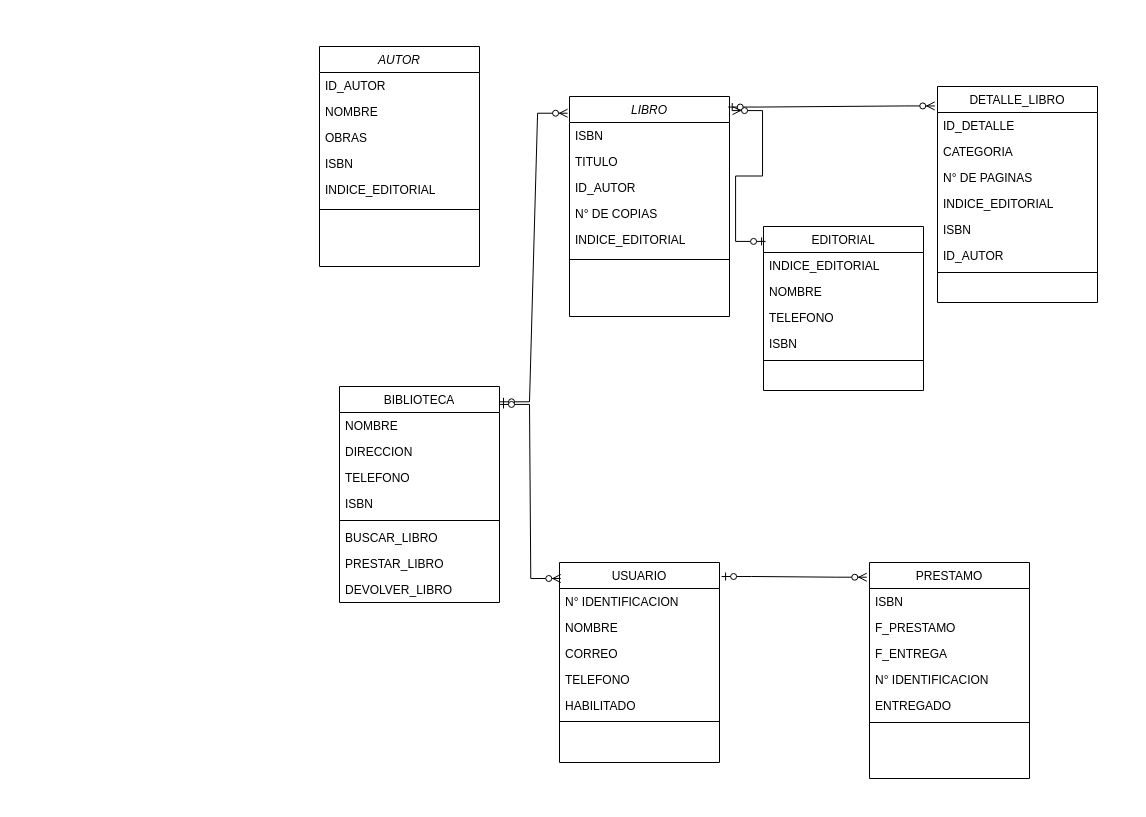
Franc-isco/Taller keeps this draw.io diagram as Biblioteca/clases/biblioteca.drawio. Above is the earlier version. Source tidied: cells renumbered, new cells numbered last; positions are measured from the earlier drawing's top-left corner, leaving out a move shared by most shapes. Both pictures are drawn from the tidied source at 100%, with x=0, y=0 at pixel (319, 46).
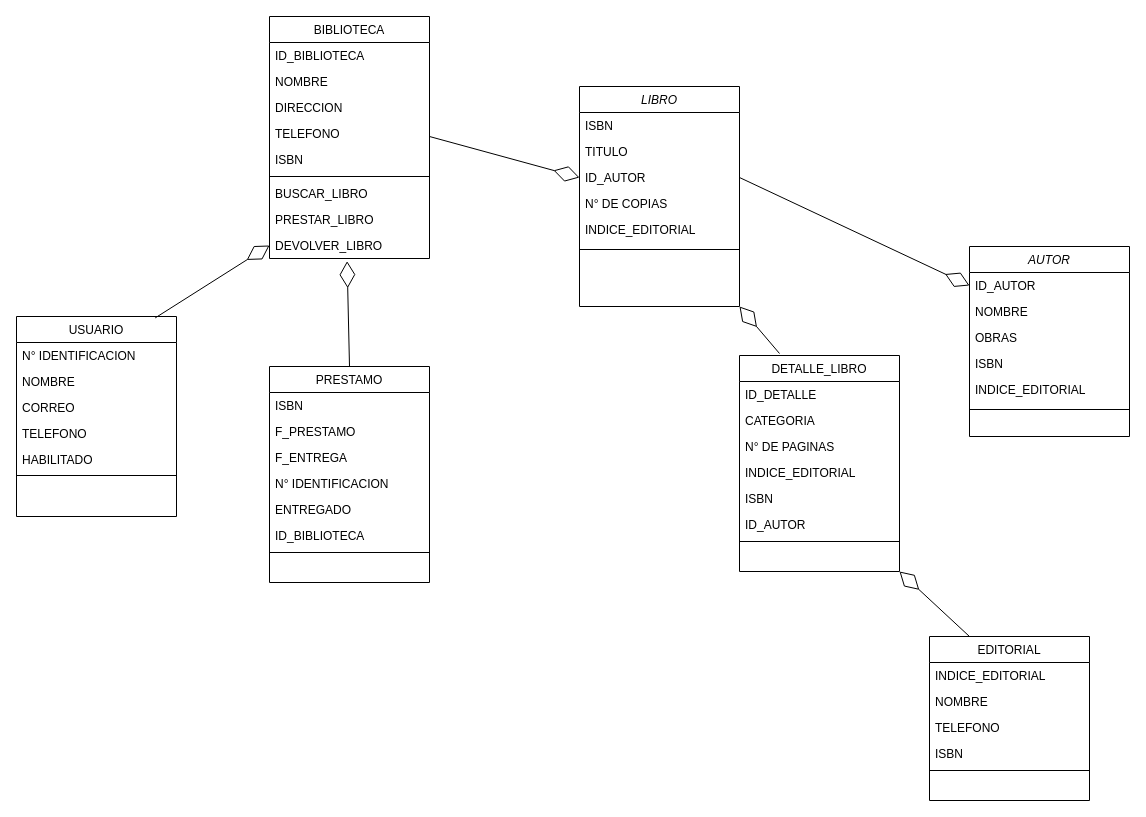
Above is the later version.

The change refers to these unchanged cells:
```xml
<mxCell id="51" value="ID_AUTOR" style="text;align=left;verticalAlign=top;spacingLeft=4;spacingRight=4;overflow=hidden;points=[[0,0.5],[1,0.5]];portConstraint=eastwest;" parent="50" vertex="1">
  <mxGeometry y="26" width="160" height="26" as="geometry" />
</mxCell>
```

The edit, as a diff of the source:
```diff
@@
-    <mxCell id="2" value="LIBRO" style="swimlane;fontStyle=2;align=center;verticalAlign=top;horizontal=1;startSize=26;rounded=0;shadow=0;strokeWidth=1;" parent="1" vertex="1">
-      <mxGeometry x="250" y="50" width="160" height="220" as="geometry" />
-    </mxCell>
-    <mxCell id="3" value="ISBN" style="text;align=left;verticalAlign=top;spacingLeft=4;spacingRight=4;overflow=hidden;" parent="2" vertex="1">
-      <mxGeometry y="26" width="160" height="26" as="geometry" />
-    </mxCell>
-    <mxCell id="4" value="TITULO" style="text;align=left;verticalAlign=top;spacingLeft=4;spacingRight=4;overflow=hidden;rounded=0;shadow=0;html=0;" parent="2" vertex="1">
-      <mxGeometry y="52" width="160" height="26" as="geometry" />
-    </mxCell>
-    <mxCell id="5" value="ID_AUTOR" style="text;align=left;verticalAlign=top;spacingLeft=4;spacingRight=4;overflow=hidden;points=[[0,0.5],[1,0.5]];portConstraint=eastwest;rounded=0;shadow=0;html=0;" parent="2" vertex="1">
-      <mxGeometry y="78" width="160" height="26" as="geometry" />
-    </mxCell>
-    <mxCell id="6" value="N° DE COPIAS" style="text;align=left;verticalAlign=top;spacingLeft=4;spacingRight=4;overflow=hidden;" parent="2" vertex="1">
-      <mxGeometry y="104" width="160" height="26" as="geometry" />
-    </mxCell>
-    <mxCell id="7" value="INDICE_EDITORIAL&#10;" style="text;align=left;verticalAlign=top;spacingLeft=4;spacingRight=4;overflow=hidden;" parent="2" vertex="1">
-      <mxGeometry y="130" width="160" height="26" as="geometry" />
-    </mxCell>
-    <mxCell id="8" style="line;html=1;strokeWidth=1;align=left;verticalAlign=middle;spacingTop=-1;spacingLeft=3;spacingRight=3;labelPosition=right;" parent="2" vertex="1">
-      <mxGeometry y="156" width="160" height="14" as="geometry" />
-    </mxCell>
     <mxCell id="9" value="EDITORIAL" style="swimlane;fontStyle=0;align=center;verticalAlign=top;horizontal=1;startSize=26;rounded=0;shadow=0;strokeWidth=1;" parent="1" vertex="1">
-      <mxGeometry x="444" y="180" width="160" height="164" as="geometry" />
+      <mxGeometry x="610" y="590" width="160" height="164" as="geometry" />
     </mxCell>
@@
     <mxCell id="15" value="USUARIO" style="swimlane;fontStyle=0;align=center;verticalAlign=top;horizontal=1;startSize=26;rounded=0;shadow=0;strokeWidth=1;" parent="1" vertex="1">
-      <mxGeometry x="240" y="516" width="160" height="200" as="geometry" />
+      <mxGeometry x="-303" y="270" width="160" height="200" as="geometry" />
     </mxCell>
@@
     <mxCell id="22" value="DETALLE_LIBRO" style="swimlane;fontStyle=0;align=center;verticalAlign=top;horizontal=1;startSize=26;rounded=0;shadow=0;strokeWidth=1;" parent="1" vertex="1">
-      <mxGeometry x="618" y="40" width="160" height="216" as="geometry" />
+      <mxGeometry x="420" y="309" width="160" height="216" as="geometry" />
     </mxCell>
@@
+    <mxCell id="58" style="endArrow=diamondThin;endFill=0;endSize=24;html=1;rounded=0;entryX=1;entryY=1;entryDx=0;entryDy=0;" parent="22" edge="1" target="2">
+      <mxGeometry relative="1" as="geometry">
+        <mxPoint x="40" y="-2" as="sourcePoint" />
+      </mxGeometry>
+    </mxCell>
     <mxCell id="30" value="PRESTAMO" style="swimlane;fontStyle=0;align=center;verticalAlign=top;horizontal=1;startSize=26;rounded=0;shadow=0;strokeWidth=1;" parent="1" vertex="1">
-      <mxGeometry x="550" y="516" width="160" height="216" as="geometry" />
+      <mxGeometry x="-50" y="320" width="160" height="216" as="geometry" />
     </mxCell>
@@
+    <mxCell id="59" value="ID_BIBLIOTECA&#10;" style="text;align=left;verticalAlign=top;spacingLeft=4;spacingRight=4;overflow=hidden;rounded=0;shadow=0;html=0;" parent="30" vertex="1">
+      <mxGeometry y="156" width="160" height="26" as="geometry" />
+    </mxCell>
     <mxCell id="36" style="line;html=1;strokeWidth=1;align=left;verticalAlign=middle;spacingTop=-1;spacingLeft=3;spacingRight=3;labelPosition=right;" parent="30" vertex="1">
-      <mxGeometry y="156" width="160" height="8" as="geometry" />
+      <mxGeometry y="182" width="160" height="8" as="geometry" />
     </mxCell>
     <mxCell id="37" value="BIBLIOTECA" style="swimlane;fontStyle=0;align=center;verticalAlign=top;horizontal=1;startSize=26;rounded=0;shadow=0;strokeWidth=1;" parent="1" vertex="1">
-      <mxGeometry x="20" y="340" width="160" height="216" as="geometry" />
+      <mxGeometry x="-50" y="-30" width="160" height="242" as="geometry" />
     </mxCell>
-    <mxCell id="38" value="NOMBRE" style="text;align=left;verticalAlign=top;spacingLeft=4;spacingRight=4;overflow=hidden;" parent="37" vertex="1">
+    <mxCell id="38" value="ID_BIBLIOTECA" style="text;align=left;verticalAlign=top;spacingLeft=4;spacingRight=4;overflow=hidden;" parent="37" vertex="1">
       <mxGeometry y="26" width="160" height="26" as="geometry" />
     </mxCell>
+    <mxCell id="60" value="NOMBRE" style="text;align=left;verticalAlign=top;spacingLeft=4;spacingRight=4;overflow=hidden;" parent="37" vertex="1">
+      <mxGeometry y="52" width="160" height="26" as="geometry" />
+    </mxCell>
     <mxCell id="39" value="DIRECCION" style="text;align=left;verticalAlign=top;spacingLeft=4;spacingRight=4;overflow=hidden;rounded=0;shadow=0;html=0;" parent="37" vertex="1">
-      <mxGeometry y="52" width="160" height="26" as="geometry" />
+      <mxGeometry y="78" width="160" height="26" as="geometry" />
     </mxCell>
     <mxCell id="40" value="TELEFONO" style="text;align=left;verticalAlign=top;spacingLeft=4;spacingRight=4;overflow=hidden;rounded=0;shadow=0;html=0;" parent="37" vertex="1">
-      <mxGeometry y="78" width="160" height="26" as="geometry" />
+      <mxGeometry y="104" width="160" height="26" as="geometry" />
     </mxCell>
     <mxCell id="41" value="ISBN" style="text;align=left;verticalAlign=top;spacingLeft=4;spacingRight=4;overflow=hidden;rounded=0;shadow=0;html=0;" parent="37" vertex="1">
-      <mxGeometry y="104" width="160" height="26" as="geometry" />
+      <mxGeometry y="130" width="160" height="26" as="geometry" />
     </mxCell>
     <mxCell id="42" style="line;html=1;strokeWidth=1;align=left;verticalAlign=middle;spacingTop=-1;spacingLeft=3;spacingRight=3;labelPosition=right;" parent="37" vertex="1">
-      <mxGeometry y="130" width="160" height="8" as="geometry" />
+      <mxGeometry y="156" width="160" height="8" as="geometry" />
     </mxCell>
     <mxCell id="43" value="BUSCAR_LIBRO" style="text;align=left;verticalAlign=top;spacingLeft=4;spacingRight=4;overflow=hidden;rounded=0;shadow=0;html=0;" parent="37" vertex="1">
-      <mxGeometry y="138" width="160" height="26" as="geometry" />
+      <mxGeometry y="164" width="160" height="26" as="geometry" />
     </mxCell>
     <mxCell id="44" value="PRESTAR_LIBRO" style="text;align=left;verticalAlign=top;spacingLeft=4;spacingRight=4;overflow=hidden;rounded=0;shadow=0;html=0;" parent="37" vertex="1">
-      <mxGeometry y="164" width="160" height="26" as="geometry" />
+      <mxGeometry y="190" width="160" height="26" as="geometry" />
     </mxCell>
     <mxCell id="45" value="DEVOLVER_LIBRO" style="text;align=left;verticalAlign=top;spacingLeft=4;spacingRight=4;overflow=hidden;points=[[0,0.5],[1,0.5]];portConstraint=eastwest;rounded=0;shadow=0;html=0;" parent="37" vertex="1">
-      <mxGeometry y="190" width="160" height="26" as="geometry" />
+      <mxGeometry y="216" width="160" height="26" as="geometry" />
     </mxCell>
-    <mxCell id="46" style="edgeStyle=entityRelationEdgeStyle;fontSize=12;html=1;endArrow=ERzeroToMany;startArrow=ERzeroToOne;rounded=0;entryX=-0.012;entryY=0.076;entryDx=0;entryDy=0;entryPerimeter=0;" parent="1" edge="1" target="2">
-      <mxGeometry relative="1" as="geometry">
-        <mxPoint x="180" y="355.3" as="sourcePoint" />
-      </mxGeometry>
-    </mxCell>
-    <mxCell id="47" style="edgeStyle=entityRelationEdgeStyle;fontSize=12;html=1;endArrow=ERzeroToMany;startArrow=ERzeroToOne;rounded=0;entryX=0.008;entryY=0.08;entryDx=0;entryDy=0;entryPerimeter=0;exitX=1;exitY=0.083;exitDx=0;exitDy=0;exitPerimeter=0;" parent="1" edge="1" source="37" target="15">
-      <mxGeometry relative="1" as="geometry">
-        <Array as="points">
-          <mxPoint x="300" y="445.4" />
-          <mxPoint x="290" y="565.4" />
-        </Array>
-      </mxGeometry>
-    </mxCell>
-    <mxCell id="48" style="edgeStyle=entityRelationEdgeStyle;fontSize=12;html=1;endArrow=ERzeroToMany;startArrow=ERzeroToOne;rounded=0;entryX=-0.017;entryY=0.068;entryDx=0;entryDy=0;entryPerimeter=0;exitX=1.013;exitY=0.07;exitDx=0;exitDy=0;exitPerimeter=0;" parent="1" edge="1" source="15" target="30">
-      <mxGeometry relative="1" as="geometry">
-        <Array as="points">
-          <mxPoint x="410" y="520" />
-          <mxPoint x="520" y="616.4" />
-          <mxPoint x="510" y="736.4" />
-        </Array>
-      </mxGeometry>
-    </mxCell>
-    <mxCell id="49" style="edgeStyle=entityRelationEdgeStyle;fontSize=12;html=1;endArrow=ERzeroToMany;startArrow=ERzeroToOne;rounded=0;entryX=-0.017;entryY=0.09;entryDx=0;entryDy=0;entryPerimeter=0;exitX=0.992;exitY=0.048;exitDx=0;exitDy=0;exitPerimeter=0;" parent="1" edge="1" source="2" target="22">
-      <mxGeometry relative="1" as="geometry">
-        <Array as="points">
-          <mxPoint x="590" y="40" />
-        </Array>
-      </mxGeometry>
-    </mxCell>
     <mxCell id="50" value="AUTOR" style="swimlane;fontStyle=2;align=center;verticalAlign=top;horizontal=1;startSize=26;rounded=0;shadow=0;strokeWidth=1;" parent="1" vertex="1">
-      <mxGeometry width="160" height="220" as="geometry" />
+      <mxGeometry x="650" y="200" width="160" height="190" as="geometry" />
     </mxCell>
@@
-    <mxCell id="57" style="edgeStyle=entityRelationEdgeStyle;fontSize=12;html=1;endArrow=ERzeroToMany;startArrow=ERzeroToOne;rounded=0;exitX=0.013;exitY=0.091;exitDx=0;exitDy=0;exitPerimeter=0;entryX=1.019;entryY=0.064;entryDx=0;entryDy=0;entryPerimeter=0;" parent="1" edge="1" source="9" target="2">
-      <mxGeometry relative="1" as="geometry">
-        <Array as="points">
-          <mxPoint x="570" y="60" />
-          <mxPoint x="420" y="160" />
-          <mxPoint x="450" y="130" />
-          <mxPoint x="560" y="230" />
-        </Array>
-      </mxGeometry>
-    </mxCell>
+    <mxCell id="2" value="LIBRO" style="swimlane;fontStyle=2;align=center;verticalAlign=top;horizontal=1;startSize=26;rounded=0;shadow=0;strokeWidth=1;" parent="1" vertex="1">
+      <mxGeometry x="260" y="40" width="160" height="220" as="geometry" />
+    </mxCell>
+    <mxCell id="3" value="ISBN" style="text;align=left;verticalAlign=top;spacingLeft=4;spacingRight=4;overflow=hidden;" parent="2" vertex="1">
+      <mxGeometry y="26" width="160" height="26" as="geometry" />
+    </mxCell>
+    <mxCell id="4" value="TITULO" style="text;align=left;verticalAlign=top;spacingLeft=4;spacingRight=4;overflow=hidden;rounded=0;shadow=0;html=0;" parent="2" vertex="1">
+      <mxGeometry y="52" width="160" height="26" as="geometry" />
+    </mxCell>
+    <mxCell id="5" value="ID_AUTOR" style="text;align=left;verticalAlign=top;spacingLeft=4;spacingRight=4;overflow=hidden;points=[[0,0.5],[1,0.5]];portConstraint=eastwest;rounded=0;shadow=0;html=0;" parent="2" vertex="1">
+      <mxGeometry y="78" width="160" height="26" as="geometry" />
+    </mxCell>
+    <mxCell id="6" value="N° DE COPIAS" style="text;align=left;verticalAlign=top;spacingLeft=4;spacingRight=4;overflow=hidden;" parent="2" vertex="1">
+      <mxGeometry y="104" width="160" height="26" as="geometry" />
+    </mxCell>
+    <mxCell id="7" value="INDICE_EDITORIAL&#10;" style="text;align=left;verticalAlign=top;spacingLeft=4;spacingRight=4;overflow=hidden;" parent="2" vertex="1">
+      <mxGeometry y="130" width="160" height="26" as="geometry" />
+    </mxCell>
+    <mxCell id="8" style="line;html=1;strokeWidth=1;align=left;verticalAlign=middle;spacingTop=-1;spacingLeft=3;spacingRight=3;labelPosition=right;" parent="2" vertex="1">
+      <mxGeometry y="156" width="160" height="14" as="geometry" />
+    </mxCell>
+    <mxCell id="61" style="endArrow=diamondThin;endFill=0;endSize=24;html=1;rounded=0;entryX=0;entryY=0.5;entryDx=0;entryDy=0;exitX=0.867;exitY=0.007;exitDx=0;exitDy=0;exitPerimeter=0;" parent="1" edge="1" source="15" target="45">
+      <mxGeometry relative="1" as="geometry" />
+    </mxCell>
+    <mxCell id="62" style="endArrow=diamondThin;endFill=0;endSize=24;html=1;rounded=0;entryX=1;entryY=1;entryDx=0;entryDy=0;exitX=0.25;exitY=0;exitDx=0;exitDy=0;" parent="1" edge="1" source="9" target="22">
+      <mxGeometry relative="1" as="geometry" />
+    </mxCell>
+    <mxCell id="63" style="endArrow=diamondThin;endFill=0;endSize=24;html=1;rounded=0;exitX=0.5;exitY=0;exitDx=0;exitDy=0;entryX=0.485;entryY=1.103;entryDx=0;entryDy=0;entryPerimeter=0;" parent="1" edge="1" source="30" target="45">
+      <mxGeometry relative="1" as="geometry" />
+    </mxCell>
+    <mxCell id="64" style="endArrow=diamondThin;endFill=0;endSize=24;html=1;rounded=0;entryX=0;entryY=0.5;entryDx=0;entryDy=0;" parent="1" edge="1" target="5">
+      <mxGeometry relative="1" as="geometry">
+        <mxPoint x="110" y="90" as="sourcePoint" />
+      </mxGeometry>
+    </mxCell>
+    <mxCell id="65" style="endArrow=diamondThin;endFill=0;endSize=24;html=1;rounded=0;exitX=1;exitY=0.5;exitDx=0;exitDy=0;entryX=0;entryY=0.5;entryDx=0;entryDy=0;" parent="1" edge="1" source="5" target="51">
+      <mxGeometry relative="1" as="geometry" />
+    </mxCell>
```
